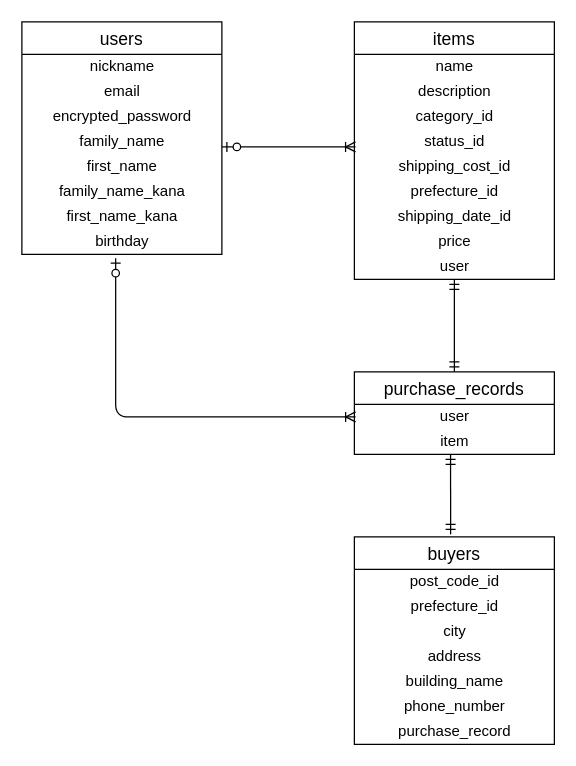
taku38550/furima-38550 keeps this draw.io diagram as test.dio. Above is the earlier version. Source tidied: cells renumbered, new cells numbered last; positions are measured from the earlier drawing's top-left corner, leaving out a move shared by most shapes. Both pictures are drawn from the tidied source at 125%, with x=0, y=0 at pixel (21, 21).
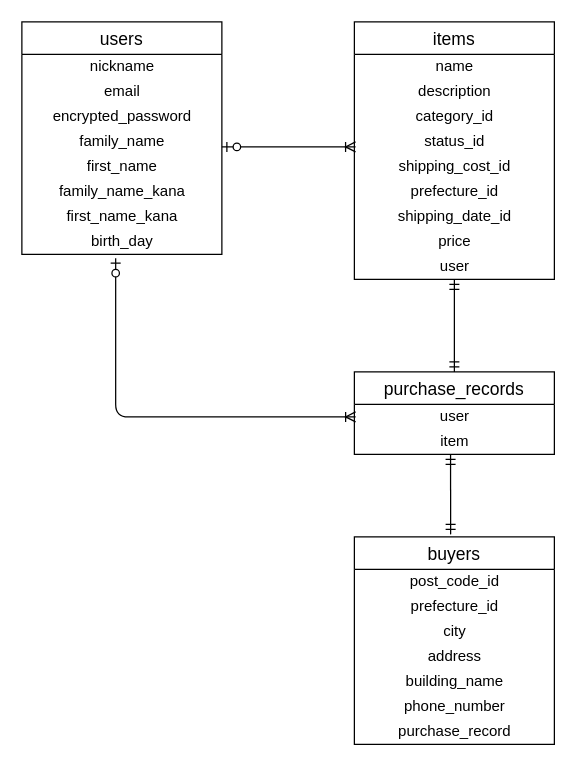
The same page after the edit.

Commit message:
データベース設計修正３

The change refers to these unchanged cells:
```xml
<mxCell id="2" value="users" style="swimlane;fontStyle=0;horizontal=1;startSize=26;align=center;fontSize=14;" parent="1" vertex="1">
  <mxGeometry width="160" height="186" as="geometry" />
</mxCell>
```

Diff of the diagram source:
```diff
@@
-    <mxCell id="10" value="birthday" style="text;html=1;align=center;verticalAlign=middle;points=[];strokeColor=none;fillColor=none;" parent="2" vertex="1">
+    <mxCell id="10" value="birth_day" style="text;html=1;align=center;verticalAlign=middle;points=[];strokeColor=none;fillColor=none;" parent="2" vertex="1">
       <mxGeometry y="166" width="160" height="20" as="geometry" />
     </mxCell>
```
